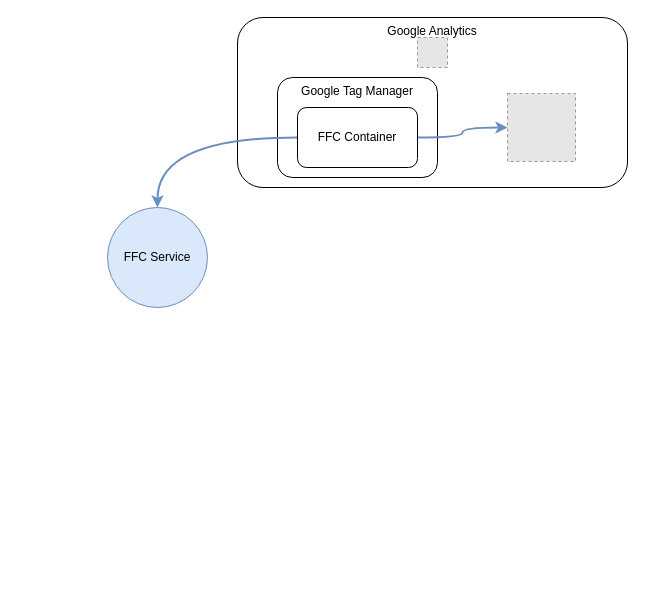
Earlier version of the draw.io diagram Untitled Diagram.drawio (johnwatson484/diagrams). Source tidied: cells renumbered, new cells numbered last; positions are measured from the earlier drawing's top-left corner, leaving out a move shared by most shapes. Both pictures are drawn from the tidied source at 100%, with x=0, y=0 at pixel (107, 17). Pictures stored in the file or linked from it are replaced by grey dashed boxes.
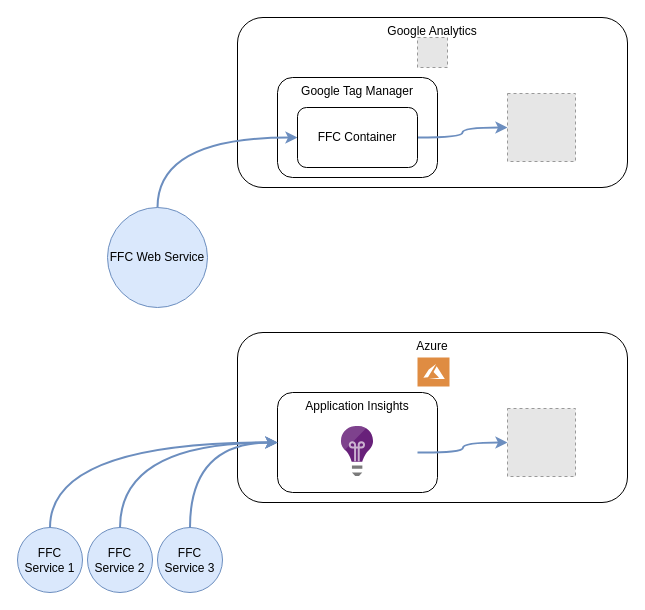
Above is the later version.

Unchanged cells that the change refers to:
```xml
<mxCell id="7" value="FFC Container" style="rounded=1;whiteSpace=wrap;html=1;" parent="1" vertex="1">
  <mxGeometry x="190" y="90" width="120" height="60" as="geometry" />
</mxCell>
```

The edit, as a diff of the source:
```diff
@@
-    <mxCell id="2" value="FFC Service" style="ellipse;whiteSpace=wrap;html=1;fillColor=#dae8fc;strokeColor=#6c8ebf;" parent="1" vertex="1">
+    <mxCell id="2" value="FFC Web Service" style="ellipse;whiteSpace=wrap;html=1;fillColor=#dae8fc;strokeColor=#6c8ebf;" parent="1" vertex="1">
       <mxGeometry y="190" width="100" height="100" as="geometry" />
     </mxCell>
@@
-    <mxCell id="5" style="edgeStyle=orthogonalEdgeStyle;rounded=0;jettySize=auto;html=1;entryX=0.5;entryY=0;entryDx=0;entryDy=0;strokeWidth=2;curved=1;fillColor=#dae8fc;strokeColor=#6c8ebf;" parent="1" edge="1" source="7" target="2">
+    <mxCell id="5" style="edgeStyle=orthogonalEdgeStyle;rounded=0;jettySize=auto;html=1;strokeWidth=2;curved=1;fillColor=#dae8fc;strokeColor=#6c8ebf;exitX=0.5;exitY=0;exitDx=0;exitDy=0;entryX=0;entryY=0.5;entryDx=0;entryDy=0;" parent="1" edge="1" source="2" target="7">
       <mxGeometry relative="1" as="geometry" />
     </mxCell>
@@
+    <mxCell id="10" value="FFC Service 1" style="ellipse;whiteSpace=wrap;html=1;fillColor=#dae8fc;strokeColor=#6c8ebf;" parent="1" vertex="1">
+      <mxGeometry x="-90" y="510" width="65" height="65" as="geometry" />
+    </mxCell>
+    <mxCell id="11" value="FFC Service 2" style="ellipse;whiteSpace=wrap;html=1;fillColor=#dae8fc;strokeColor=#6c8ebf;" parent="1" vertex="1">
+      <mxGeometry x="-20" y="510" width="65" height="65" as="geometry" />
+    </mxCell>
+    <mxCell id="12" value="FFC Service 3" style="ellipse;whiteSpace=wrap;html=1;fillColor=#dae8fc;strokeColor=#6c8ebf;" parent="1" vertex="1">
+      <mxGeometry x="50" y="510" width="65" height="65" as="geometry" />
+    </mxCell>
+    <mxCell id="13" value="Azure" style="rounded=1;whiteSpace=wrap;html=1;verticalAlign=top;" parent="1" vertex="1">
+      <mxGeometry x="130" y="315" width="390" height="170" as="geometry" />
+    </mxCell>
+    <mxCell id="14" value="Application Insights" style="rounded=1;whiteSpace=wrap;html=1;verticalAlign=top;" parent="1" vertex="1">
+      <mxGeometry x="170" y="375" width="160" height="100" as="geometry" />
+    </mxCell>
+    <mxCell id="15" style="edgeStyle=orthogonalEdgeStyle;curved=1;rounded=0;jettySize=auto;html=1;strokeWidth=2;fillColor=#dae8fc;strokeColor=#6c8ebf;" parent="1" edge="1" target="16">
+      <mxGeometry relative="1" as="geometry">
+        <mxPoint x="310" y="435" as="sourcePoint" />
+      </mxGeometry>
+    </mxCell>
+    <mxCell id="16" style="fillColor=#E6E6E6;strokeColor=#999999;dashed=1;html=1;verticalAlign=top;verticalLabelPosition=bottom;labelBackgroundColor=#ffffff;" parent="1" vertex="1">
+      <mxGeometry x="400" y="391" width="68" height="68" as="geometry" />
+    </mxCell>
+    <mxCell id="17" style="html=1;align=center;image;fontSize=12;image=img/lib/mscae/Application_Insights.svg;" parent="1" vertex="1">
+      <mxGeometry x="234" y="409" width="32" height="50" as="geometry" />
+    </mxCell>
+    <mxCell id="18" style="edgeStyle=orthogonalEdgeStyle;curved=1;rounded=0;jettySize=auto;html=1;entryX=0;entryY=0.5;entryDx=0;entryDy=0;strokeWidth=2;exitX=0.5;exitY=0;exitDx=0;exitDy=0;fillColor=#dae8fc;strokeColor=#6c8ebf;" parent="1" edge="1" source="11" target="14">
+      <mxGeometry relative="1" as="geometry" />
+    </mxCell>
+    <mxCell id="19" style="edgeStyle=orthogonalEdgeStyle;curved=1;rounded=0;jettySize=auto;html=1;entryX=0;entryY=0.5;entryDx=0;entryDy=0;strokeWidth=2;exitX=0.5;exitY=0;exitDx=0;exitDy=0;fillColor=#dae8fc;strokeColor=#6c8ebf;" parent="1" edge="1" source="10" target="14">
+      <mxGeometry relative="1" as="geometry" />
+    </mxCell>
+    <mxCell id="20" style="edgeStyle=orthogonalEdgeStyle;curved=1;rounded=0;jettySize=auto;html=1;entryX=0;entryY=0.5;entryDx=0;entryDy=0;strokeWidth=2;exitX=0.5;exitY=0;exitDx=0;exitDy=0;fillColor=#dae8fc;strokeColor=#6c8ebf;" parent="1" edge="1" source="12" target="14">
+      <mxGeometry relative="1" as="geometry" />
+    </mxCell>
+    <mxCell id="21" style="shadow=0;dashed=0;html=1;strokeColor=none;fillColor=#DF8C42;labelPosition=center;verticalLabelPosition=bottom;verticalAlign=top;align=center;shape=mxgraph.veeam2.azure;" parent="1" vertex="1">
+      <mxGeometry x="310" y="340" width="32" height="29" as="geometry" />
+    </mxCell>
```
